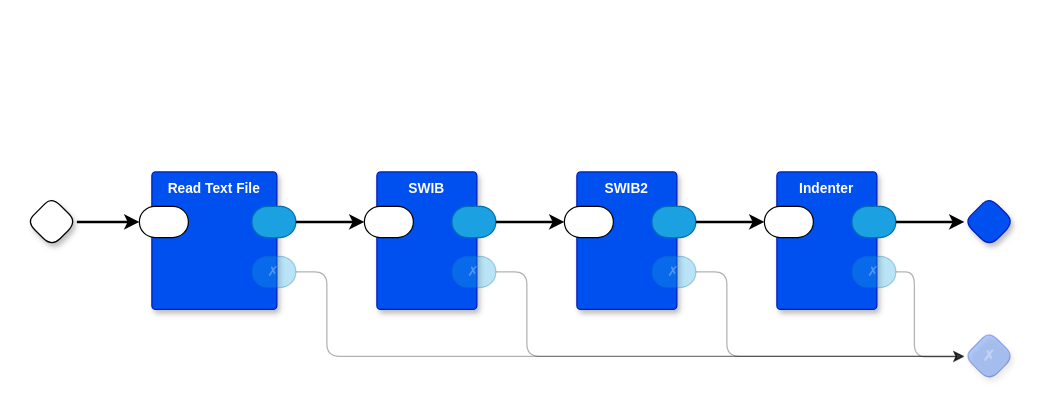
The draw.io diagram page "main" (1 of 4) of das2json.drawio in guitarvydas/das2json, before the edit. Source tidied: cells renumbered, new cells numbered last; positions are measured from the earlier drawing's top-left corner, leaving out a move shared by most shapes. Both pictures are drawn from the tidied source at 125%, with x=0, y=0 at pixel (26, 171).
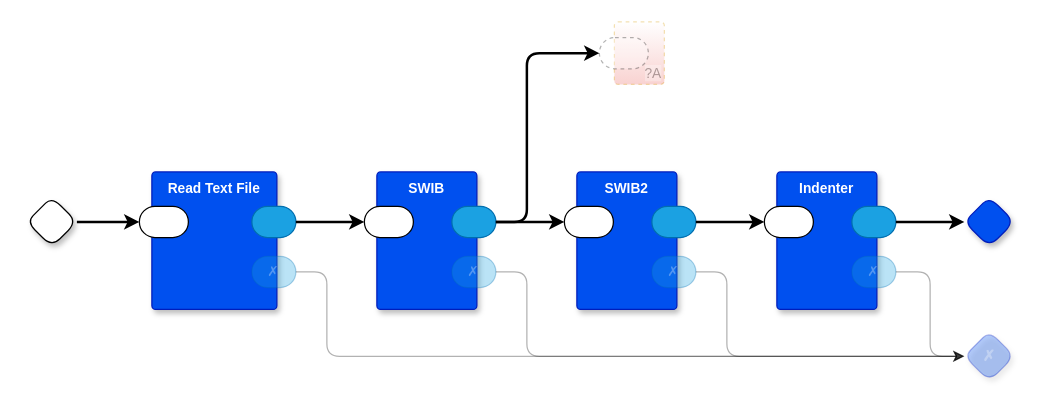
Above is the later version.

Unchanged cells that the change refers to:
```xml
<mxCell id="8" style="rounded=1;whiteSpace=wrap;sketch=0;points=[[0,0.5,0,0,0],[1,0.5,0,0,0]];fillColor=#1ba1e2;fontColor=#ffffff;strokeColor=#006EAF;arcSize=50;fontFamily=Helvetica;fontSize=11;labelBackgroundColor=none;" parent="6" vertex="1">
  <mxGeometry x="60" y="27.5" width="35.2" height="25" as="geometry" />
</mxCell>
<mxCell id="11" value="✗" style="rhombus;whiteSpace=wrap;rounded=1;fillColor=#0050ef;fontColor=#ffffff;strokeColor=#001DBC;fontStyle=1;glass=0;sketch=0;fontSize=12;points=[[0,0.5,0,0,0],[0.5,0,0,0,0],[0.5,1,0,0,0],[1,0.5,0,0,0]];shadow=1;opacity=30;textOpacity=30;fontFamily=Helvetica;labelBackgroundColor=none;" parent="1" vertex="1">
  <mxGeometry x="750" y="127.5" width="40" height="40" as="geometry" />
</mxCell>
<mxCell id="20" value="✗" style="rounded=1;whiteSpace=wrap;sketch=0;points=[[0,0.5,0,0,0],[1,0.5,0,0,0]];fillColor=#1ba1e2;fontColor=#ffffff;strokeColor=#006EAF;arcSize=50;fontFamily=Helvetica;fontSize=11;textOpacity=30;opacity=30;labelBackgroundColor=none;" parent="17" vertex="1">
  <mxGeometry x="60" y="67.5" width="35.2" height="25" as="geometry" />
</mxCell>
```

Change to the diagram source:
```diff
@@
-    <mxCell id="21" style="edgeStyle=orthogonalEdgeStyle;curved=0;rounded=1;jettySize=auto;html=1;exitX=1;exitY=0.5;exitDx=0;exitDy=0;exitPerimeter=0;strokeColor=default;strokeWidth=1;align=center;verticalAlign=middle;fontFamily=Helvetica;fontSize=11;fontColor=default;labelBackgroundColor=default;endArrow=classic;opacity=30;" parent="1" edge="1" source="20">
-      <mxGeometry relative="1" as="geometry">
-        <mxPoint x="750" y="148" as="targetPoint" />
-        <Array as="points">
-          <mxPoint x="710" y="80" />
-          <mxPoint x="710" y="148" />
-        </Array>
-      </mxGeometry>
-    </mxCell>
@@
+    <mxCell id="30" value="?A" style="rounded=1;whiteSpace=wrap;html=1;sketch=0;verticalAlign=bottom;arcSize=6;fontStyle=0;absoluteArcSize=1;shadow=0;strokeColor=#d79b00;fillColor=#FFFFFF;fontFamily=Helvetica;fontSize=11;dashed=1;opacity=30;align=right;textOpacity=30;gradientColor=#EA6B66;fontColor=default;labelBackgroundColor=default;" parent="1" vertex="1">
+      <mxGeometry x="470" y="-120" width="40" height="50" as="geometry" />
+    </mxCell>
+    <mxCell id="31" style="rounded=1;whiteSpace=wrap;html=1;sketch=0;points=[[0,0.5,0,0,0],[1,0.5,0,0,0]];arcSize=50;fontFamily=Helvetica;fontSize=11;fontColor=default;dashed=1;textOpacity=50;opacity=30;fontStyle=0;labelBackgroundColor=default;" parent="30" vertex="1">
+      <mxGeometry x="-12" y="12.5" width="39.2" height="25" as="geometry" />
+    </mxCell>
+    <mxCell id="32" style="edgeStyle=orthogonalEdgeStyle;curved=0;rounded=1;jettySize=auto;html=1;exitX=1;exitY=0.5;exitDx=0;exitDy=0;exitPerimeter=0;entryX=0;entryY=0.5;entryDx=0;entryDy=0;entryPerimeter=0;strokeColor=default;strokeWidth=2;align=center;verticalAlign=middle;fontFamily=Helvetica;fontSize=11;fontColor=default;labelBackgroundColor=default;endArrow=classic;" parent="1" edge="1" source="8" target="31">
+      <mxGeometry relative="1" as="geometry">
+        <Array as="points">
+          <mxPoint x="400" y="40" />
+          <mxPoint x="400" y="-95" />
+        </Array>
+      </mxGeometry>
+    </mxCell>
+    <mxCell id="33" style="edgeStyle=orthogonalEdgeStyle;curved=0;rounded=1;jettySize=auto;html=1;exitX=1;exitY=0.5;exitDx=0;exitDy=0;exitPerimeter=0;entryX=0;entryY=0.5;entryDx=0;entryDy=0;entryPerimeter=0;strokeColor=default;strokeWidth=1;align=center;verticalAlign=middle;fontFamily=Helvetica;fontSize=11;fontColor=default;labelBackgroundColor=default;endArrow=classic;opacity=30;" parent="1" edge="1" source="20" target="11">
+      <mxGeometry relative="1" as="geometry" />
+    </mxCell>
```
